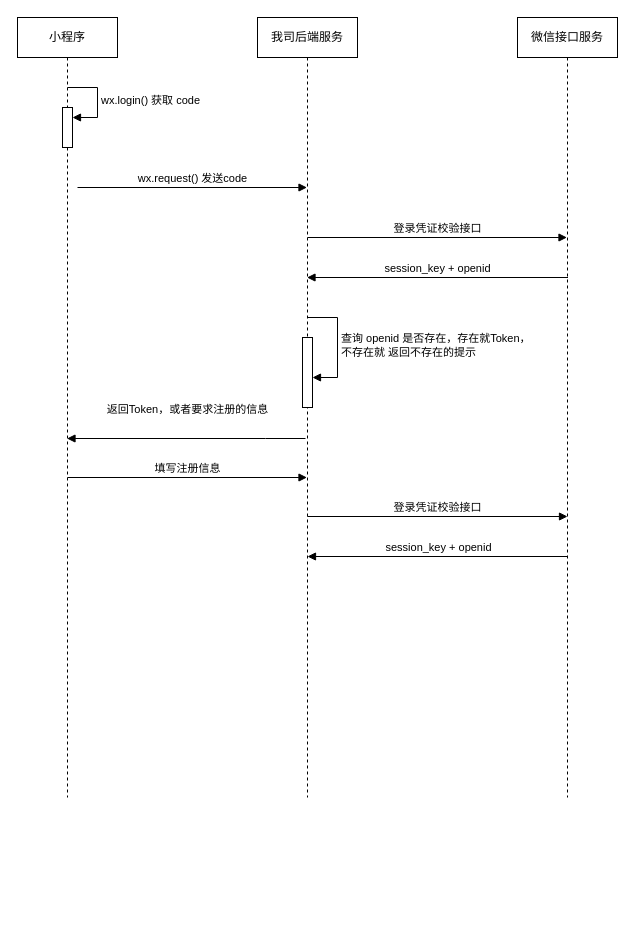
Earlier version of the draw.io diagram 微信小程序登录.drawio (XiongZen/QJReconstitution). Source tidied: cells renumbered, new cells numbered last; positions are measured from the earlier drawing's top-left corner, leaving out a move shared by most shapes. Both pictures are drawn from the tidied source at 100%, with x=0, y=0 at pixel (17, 17).
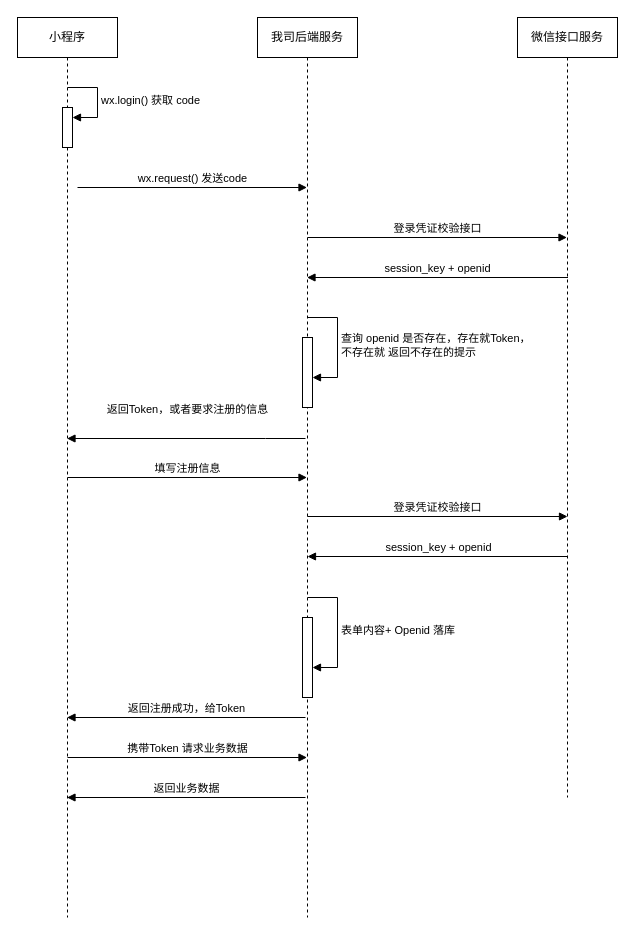
Above is the later version.

Commit message (it also covers changes not shown here):
Update 微信小程序登录.drawio

The edit, as a diff of the source:
```diff
@@
     <mxCell id="2" value="小程序" style="shape=umlLifeline;perimeter=lifelinePerimeter;whiteSpace=wrap;html=1;outlineConnect=0;portConstraint=eastwest;newEdgeStyle={&quot;curved&quot;:0,&quot;rounded&quot;:0};" parent="1" vertex="1">
-      <mxGeometry width="100" height="780" as="geometry" />
+      <mxGeometry width="100" height="900" as="geometry" />
     </mxCell>
@@
     <mxCell id="5" value="我司后端服务" style="shape=umlLifeline;perimeter=lifelinePerimeter;whiteSpace=wrap;html=1;outlineConnect=0;portConstraint=eastwest;newEdgeStyle={&quot;curved&quot;:0,&quot;rounded&quot;:0};" parent="1" vertex="1">
-      <mxGeometry x="240" width="100" height="780" as="geometry" />
+      <mxGeometry x="240" width="100" height="900" as="geometry" />
     </mxCell>
@@
+    <mxCell id="16" style="html=1;points=[[0,0,0,0,5],[0,1,0,0,-5],[1,0,0,0,5],[1,1,0,0,-5]];perimeter=orthogonalPerimeter;outlineConnect=0;targetShapes=umlLifeline;portConstraint=eastwest;newEdgeStyle={&quot;curved&quot;:0,&quot;rounded&quot;:0};" parent="5" vertex="1">
+      <mxGeometry x="45" y="600" width="10" height="80" as="geometry" />
+    </mxCell>
+    <mxCell id="17" value="表单内容+ Openid 落库" style="html=1;align=left;spacingLeft=2;endArrow=block;rounded=0;edgeStyle=orthogonalEdgeStyle;curved=0;rounded=0;" parent="5" edge="1" target="16">
+      <mxGeometry relative="1" as="geometry">
+        <mxPoint x="50" y="580" as="sourcePoint" />
+        <Array as="points">
+          <mxPoint x="80" y="580" />
+          <mxPoint x="80" y="650" />
+        </Array>
+      </mxGeometry>
+    </mxCell>
@@
+    <mxCell id="18" value="返回注册成功，给Token" style="html=1;verticalAlign=bottom;endArrow=block;curved=0;rounded=0;" parent="1" edge="1" target="2">
+      <mxGeometry relative="1" as="geometry">
+        <mxPoint x="288" y="700" as="sourcePoint" />
+      </mxGeometry>
+    </mxCell>
+    <mxCell id="19" value="携带Token 请求业务数据" style="html=1;verticalAlign=bottom;endArrow=block;curved=0;rounded=0;" parent="1" edge="1" target="5">
+      <mxGeometry relative="1" as="geometry">
+        <mxPoint x="50" y="740" as="sourcePoint" />
+      </mxGeometry>
+    </mxCell>
+    <mxCell id="20" value="返回业务数据" style="html=1;verticalAlign=bottom;endArrow=block;curved=0;rounded=0;" parent="1" edge="1" target="2">
+      <mxGeometry relative="1" as="geometry">
+        <mxPoint x="288" y="780" as="sourcePoint" />
+      </mxGeometry>
+    </mxCell>
```
